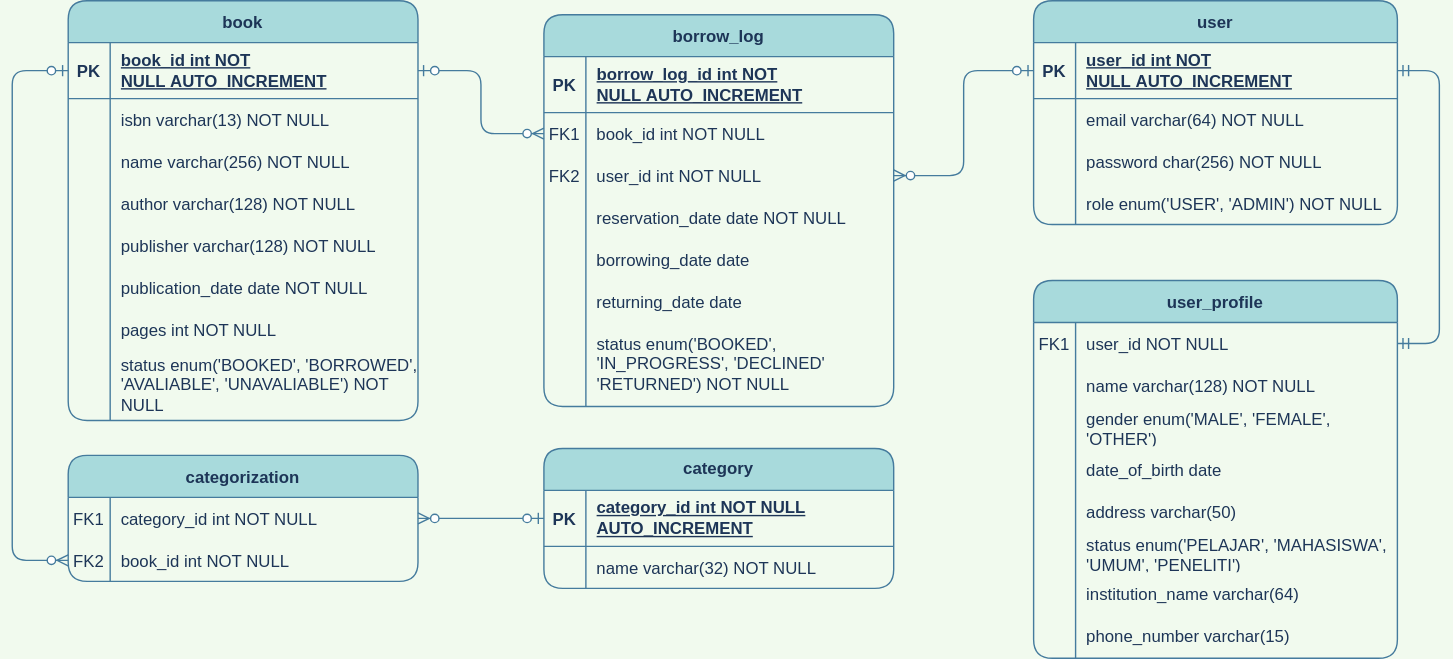
The draw.io diagram public/img/database_scheme.drawio.svg in praktikum-tiunpad-2021/proyek-web-asal-in, before a commit. Source tidied: cells renumbered, new cells last; positions are measured from the earlier drawing's top-left corner, leaving out a move shared by most shapes.
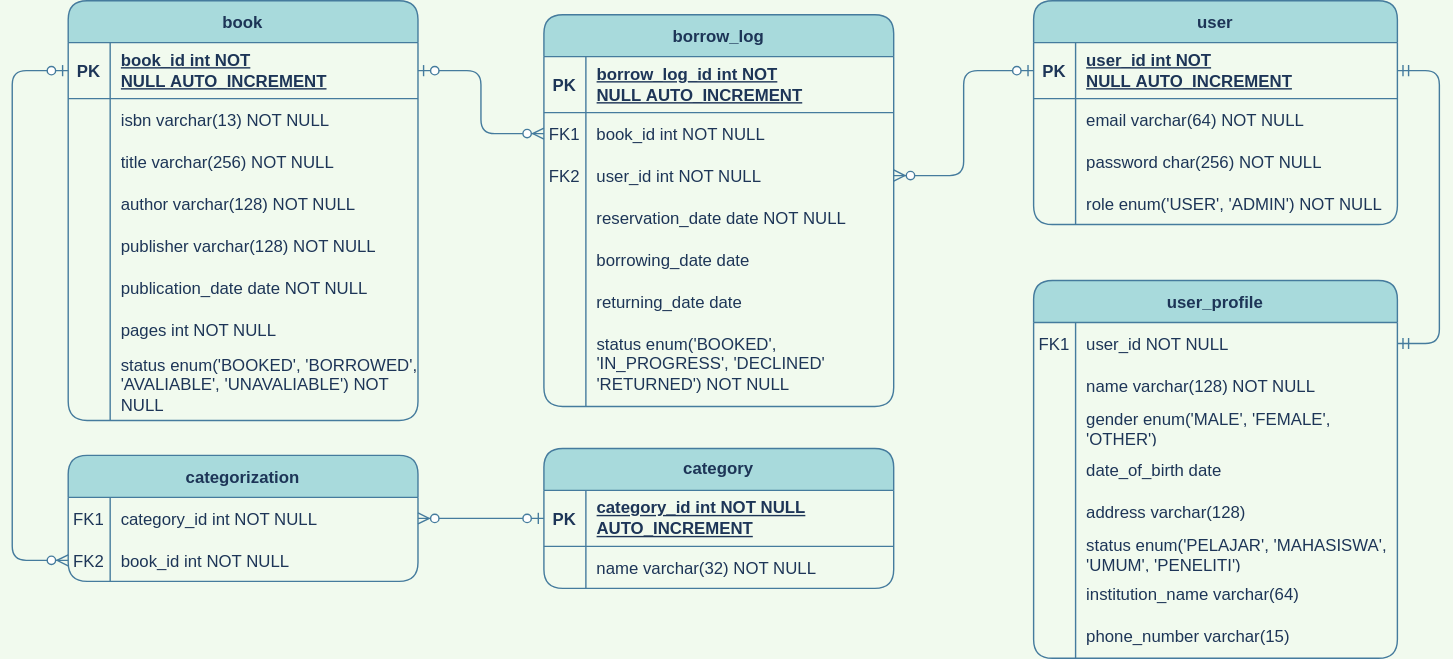
After the commit.

What changed in the source:
```diff
@@ -29,7 +29,7 @@
     <mxCell id="10" style="shape=partialRectangle;overflow=hidden;fillColor=none;top=0;left=0;bottom=0;right=0;rounded=1;strokeColor=#457B9D;fontColor=#1D3557;" parent="9" vertex="1">
       <mxGeometry width="30" height="30" as="geometry" />
     </mxCell>
-    <mxCell id="11" value="name varchar(256) NOT NULL" style="shape=partialRectangle;overflow=hidden;fillColor=none;top=0;left=0;bottom=0;right=0;align=left;spacingLeft=6;rounded=1;strokeColor=#457B9D;fontColor=#1D3557;" parent="9" vertex="1">
+    <mxCell id="11" value="title varchar(256) NOT NULL" style="shape=partialRectangle;overflow=hidden;fillColor=none;top=0;left=0;bottom=0;right=0;align=left;spacingLeft=6;rounded=1;strokeColor=#457B9D;fontColor=#1D3557;" parent="9" vertex="1">
       <mxGeometry x="30" width="220" height="30" as="geometry" />
     </mxCell>
     <mxCell id="12" style="shape=partialRectangle;fillColor=none;top=0;left=0;right=0;bottom=0;rounded=1;strokeColor=#457B9D;fontColor=#1D3557;" parent="2" vertex="1">
@@ -122,7 +122,7 @@
     <mxCell id="41" style="shape=partialRectangle;overflow=hidden;fillColor=none;top=0;left=0;bottom=0;right=0;rounded=1;strokeColor=#457B9D;fontColor=#1D3557;" parent="40" vertex="1">
       <mxGeometry width="30" height="30" as="geometry" />
     </mxCell>
-    <mxCell id="42" value="address varchar(50)" style="shape=partialRectangle;overflow=hidden;fillColor=none;top=0;left=0;bottom=0;right=0;align=left;spacingLeft=6;rounded=1;strokeColor=#457B9D;fontColor=#1D3557;" parent="40" vertex="1">
+    <mxCell id="42" value="address varchar(128)" style="shape=partialRectangle;overflow=hidden;fillColor=none;top=0;left=0;bottom=0;right=0;align=left;spacingLeft=6;rounded=1;strokeColor=#457B9D;fontColor=#1D3557;" parent="40" vertex="1">
       <mxGeometry x="30" width="230" height="30" as="geometry" />
     </mxCell>
     <mxCell id="43" style="shape=partialRectangle;fillColor=none;top=0;left=0;right=0;bottom=0;rounded=1;strokeColor=#457B9D;fontColor=#1D3557;" parent="27" vertex="1">
```
